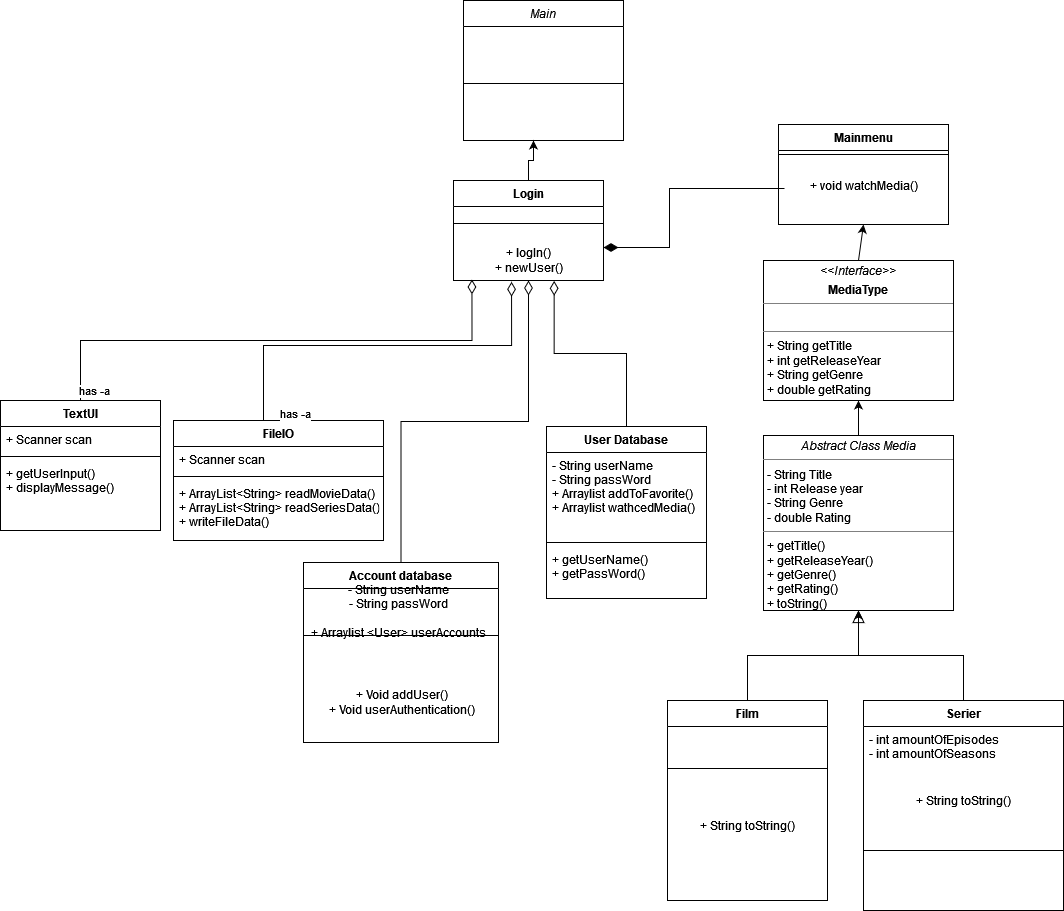
Above: src/Diagrams/Unavngivet diagram.drawio.png in havvand/SP_3 (draw.io), before the change. Source tidied: cells renumbered, new cells last; positions are measured from the earlier drawing's top-left corner, leaving out a move shared by most shapes.
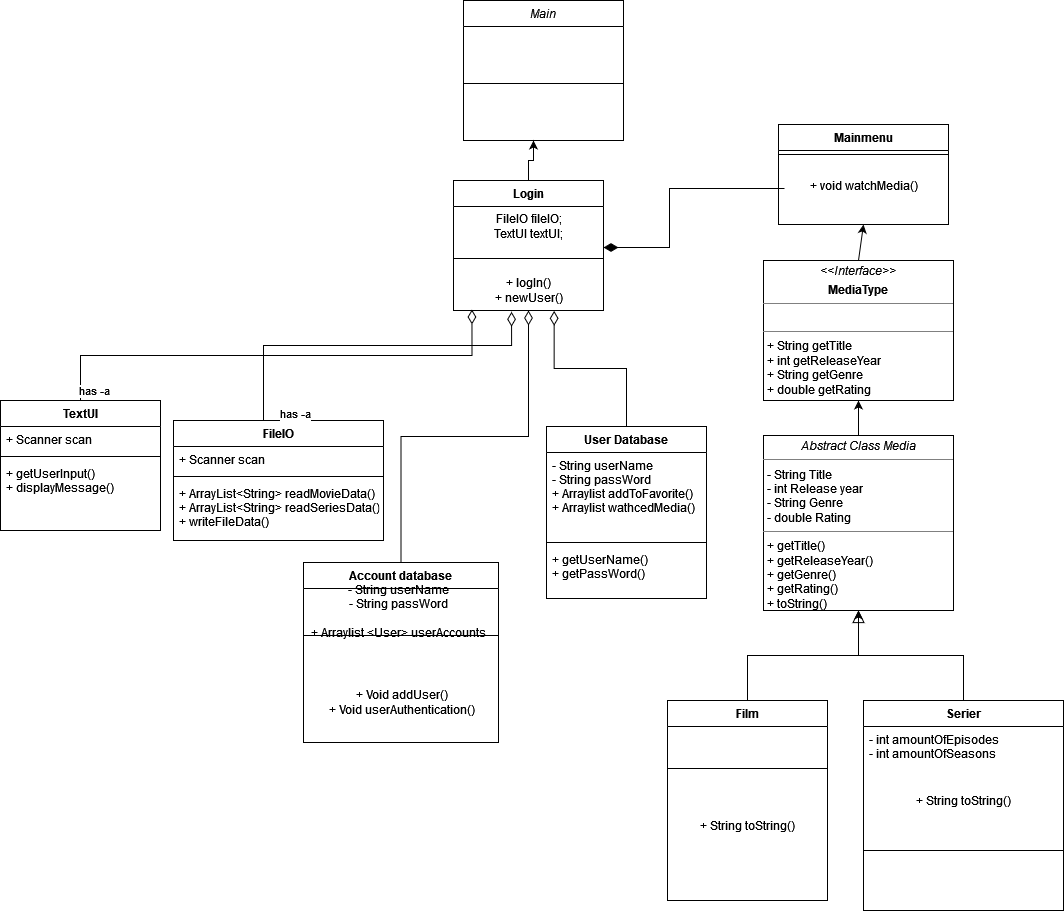
The same file after the commit.

Diff of the diagram source:
```diff
@@ -50,13 +50,16 @@
       </mxGeometry>
     </mxCell>
     <mxCell id="17" value="Login" style="swimlane;fontStyle=1;align=center;verticalAlign=top;horizontal=1;startSize=26;rounded=0;shadow=0;strokeWidth=1;" parent="1" vertex="1">
-      <mxGeometry x="453" y="180" width="150" height="100" as="geometry" />
+      <mxGeometry x="453" y="180" width="150" height="130" as="geometry" />
     </mxCell>
+    <mxCell id="45" value="&lt;div&gt;FileIO fileIO;&lt;/div&gt;&lt;div&gt;TextUI textUI;&lt;br&gt;&lt;/div&gt;" style="text;html=1;align=center;verticalAlign=middle;strokeColor=none;fillColor=none;" parent="17" vertex="1">
+      <mxGeometry y="26" width="150" height="40" as="geometry" />
+    </mxCell>
     <mxCell id="18" style="line;html=1;strokeWidth=1;align=left;verticalAlign=middle;spacingTop=-1;spacingLeft=3;spacingRight=3;labelPosition=right;" parent="17" vertex="1">
-      <mxGeometry y="26" width="150" height="34" as="geometry" />
+      <mxGeometry y="66" width="150" height="24" as="geometry" />
     </mxCell>
     <mxCell id="19" value="&lt;div&gt;+ logIn()&lt;br&gt;&lt;/div&gt;&lt;div&gt;+ newUser()&lt;/div&gt;" style="text;html=1;align=center;verticalAlign=middle;points=[];strokeColor=none;fillColor=none;" parent="17" vertex="1">
-      <mxGeometry y="60" width="150" height="40" as="geometry" />
+      <mxGeometry y="90" width="150" height="40" as="geometry" />
     </mxCell>
     <mxCell id="20" style="edgeStyle=orthogonalEdgeStyle;rounded=0;orthogonalLoop=1;jettySize=auto;html=1;endArrow=diamondThin;endFill=1;endSize=12;" parent="1" edge="1">
       <mxGeometry relative="1" as="geometry">
```
